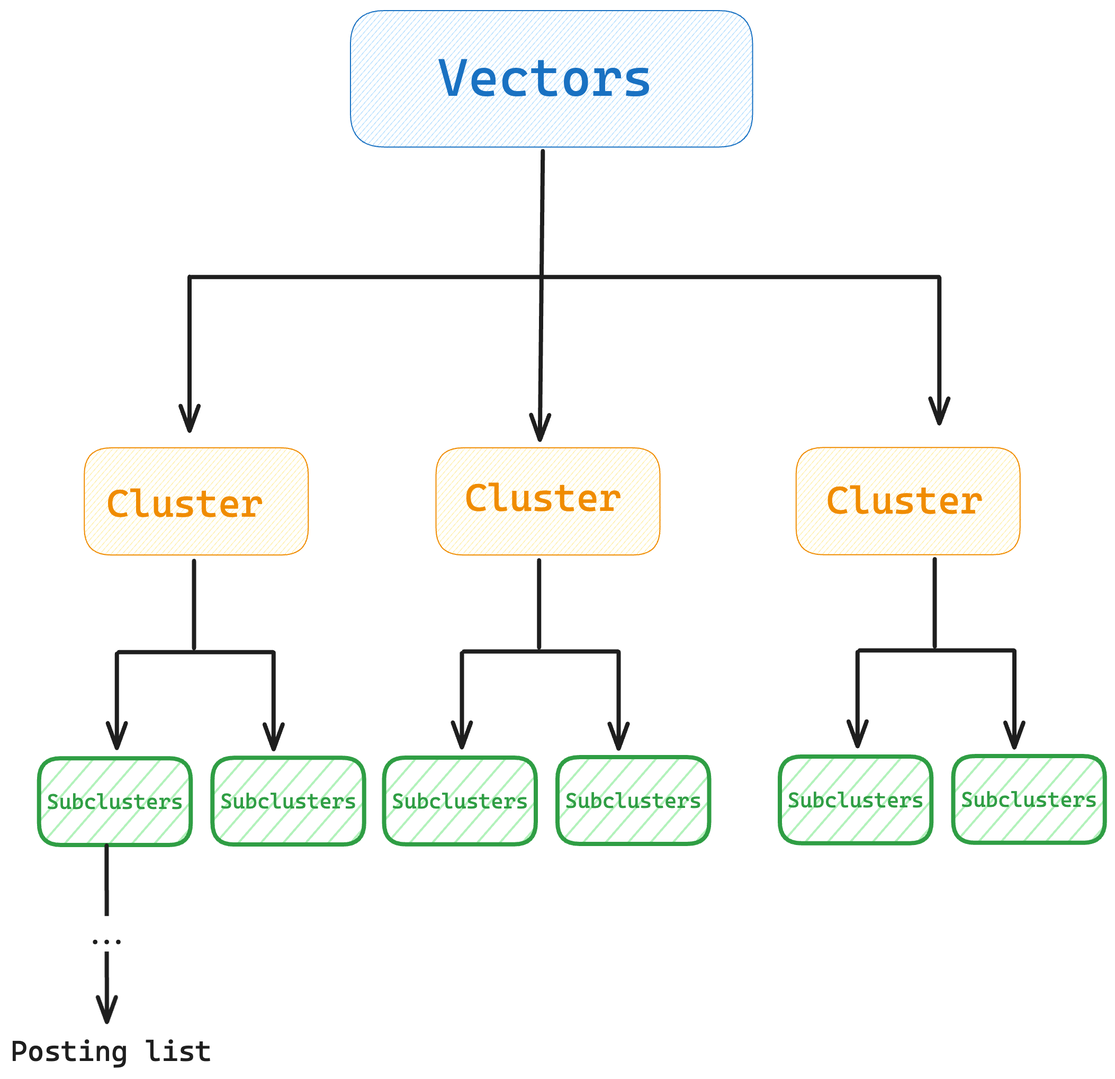
adriacabeza/adriacabeza.github.io keeps this Excalidraw diagram as img/hierarchical.png. Above is the earlier version. Source tidied: one line per element, renumbered; positions are measured from the earlier drawing's top-left corner, leaving out a move shared by most shapes. The source it was exported from:
```json
{"id": 0, "type": "rectangle", "strokeColor": "#1971c2", "backgroundColor": "#a5d8ff", "fillStyle": "hachure", "strokeWidth": 1, "roughness": 0, "round": true, "x": 321, "y": 0, "width": 380, "height": 129}
{"id": 1, "type": "arrow", "strokeColor": "#1e1e1e", "backgroundColor": "#a5d8ff", "fillStyle": "hachure", "strokeWidth": 4, "roughness": 0, "endArrowhead": "arrow", "from": 0, "x": 503, "y": 133, "width": 3, "height": 273, "points": [[0, 0], [-3, 273]]}
{"id": 2, "type": "line", "strokeColor": "#1e1e1e", "backgroundColor": "#a5d8ff", "fillStyle": "hachure", "strokeWidth": 4, "roughness": 0, "round": true, "x": 171, "y": 252, "width": 706, "height": 0, "points": [[0, 0], [706, 0]]}
{"id": 3, "type": "arrow", "strokeColor": "#1e1e1e", "backgroundColor": "#a5d8ff", "fillStyle": "hachure", "strokeWidth": 4, "roughness": 0, "endArrowhead": "arrow", "x": 169, "y": 251, "width": 0, "height": 145, "points": [[0, 0], [0, 145]]}
{"id": 4, "type": "arrow", "strokeColor": "#1e1e1e", "backgroundColor": "#a5d8ff", "fillStyle": "hachure", "strokeWidth": 4, "roughness": 0, "endArrowhead": "arrow", "x": 877, "y": 252, "width": 0, "height": 138, "points": [[0, 0], [0, 138]]}
{"id": 5, "type": "rectangle", "strokeColor": "#f08c00", "backgroundColor": "#ffec99", "fillStyle": "hachure", "strokeWidth": 1, "roughness": 0, "round": true, "x": 402, "y": 413, "width": 211, "height": 101}
{"id": 6, "type": "rectangle", "strokeColor": "#f08c00", "backgroundColor": "#ffec99", "fillStyle": "hachure", "strokeWidth": 1, "roughness": 0, "round": true, "x": 742, "y": 413, "width": 211, "height": 101}
{"id": 7, "type": "rectangle", "strokeColor": "#f08c00", "backgroundColor": "#ffec99", "fillStyle": "hachure", "strokeWidth": 1, "roughness": 0, "round": true, "x": 70, "y": 413, "width": 211, "height": 101}
{"id": 8, "type": "text", "text": "Cluster \n", "strokeColor": "#f08c00", "backgroundColor": "#ffec99", "fillStyle": "hachure", "strokeWidth": 4, "roughness": 0, "fontSize": 36, "fontFamily": 3, "textAlign": "center", "x": 429, "y": 438, "width": 169, "height": 86}
{"id": 9, "type": "text", "text": "Cluster \n", "strokeColor": "#f08c00", "backgroundColor": "#ffec99", "fillStyle": "hachure", "strokeWidth": 4, "roughness": 0, "fontSize": 36, "fontFamily": 3, "textAlign": "center", "x": 91, "y": 444, "width": 169, "height": 86}
{"id": 10, "type": "text", "text": "Cluster \n", "strokeColor": "#f08c00", "backgroundColor": "#ffec99", "fillStyle": "hachure", "strokeWidth": 4, "roughness": 0, "fontSize": 36, "fontFamily": 3, "textAlign": "center", "x": 770, "y": 441, "width": 169, "height": 86}
{"id": 11, "type": "text", "text": "Vectors", "strokeColor": "#1971c2", "strokeWidth": 1, "roughness": 0, "fontSize": 49.62, "fontFamily": 3, "textAlign": "center", "x": 403, "y": 34, "width": 204, "height": 60}
{"id": 12, "type": "line", "strokeColor": "#1e1e1e", "backgroundColor": "#ffec99", "fillStyle": "hachure", "strokeWidth": 4, "roughness": 0, "round": true, "x": 499, "y": 519, "width": 0, "height": 82, "points": [[0, 0], [0, 82]]}
{"id": 13, "type": "line", "strokeColor": "#1e1e1e", "backgroundColor": "#ffec99", "fillStyle": "hachure", "strokeWidth": 4, "roughness": 0, "round": true, "x": 428, "y": 605, "width": 146, "height": 0, "points": [[0, 0], [146, 0]]}
{"id": 14, "type": "arrow", "strokeColor": "#1e1e1e", "backgroundColor": "#ffec99", "fillStyle": "hachure", "strokeWidth": 4, "roughness": 0, "endArrowhead": "arrow", "x": 574, "y": 606, "width": 0, "height": 91, "points": [[0, 0], [0, 91]]}
{"id": 15, "type": "arrow", "strokeColor": "#1e1e1e", "backgroundColor": "#ffec99", "fillStyle": "hachure", "strokeWidth": 4, "roughness": 0, "endArrowhead": "arrow", "x": 426, "y": 607, "width": 0, "height": 89, "points": [[0, 0], [0, 89]]}
{"id": 16, "type": "rectangle", "strokeColor": "#2f9e44", "backgroundColor": "#b2f2bb", "fillStyle": "hachure", "strokeWidth": 4, "roughness": 0, "round": true, "x": 517, "y": 705, "width": 143, "height": 82}
{"id": 17, "type": "text", "text": "Subclusters", "strokeColor": "#2f9e44", "backgroundColor": "#b2f2bb", "fillStyle": "hachure", "strokeWidth": 4, "roughness": 0, "fontSize": 20, "fontFamily": 3, "textAlign": "center", "verticalAlign": "middle", "inside": 16, "x": 524, "y": 734, "width": 129, "height": 24}
{"id": 18, "type": "rectangle", "strokeColor": "#2f9e44", "backgroundColor": "#b2f2bb", "fillStyle": "hachure", "strokeWidth": 4, "roughness": 0, "round": true, "x": 353, "y": 705, "width": 143, "height": 82}
{"id": 19, "type": "text", "text": "Subclusters", "strokeColor": "#2f9e44", "backgroundColor": "#b2f2bb", "fillStyle": "hachure", "strokeWidth": 4, "roughness": 0, "fontSize": 20, "fontFamily": 3, "textAlign": "center", "verticalAlign": "middle", "inside": 18, "x": 360, "y": 734, "width": 129, "height": 24}
{"id": 20, "type": "line", "strokeColor": "#1e1e1e", "backgroundColor": "#ffec99", "fillStyle": "hachure", "strokeWidth": 4, "roughness": 0, "round": true, "x": 873, "y": 518, "width": 0, "height": 82, "points": [[0, 0], [0, 82]]}
{"id": 21, "type": "line", "strokeColor": "#1e1e1e", "backgroundColor": "#ffec99", "fillStyle": "hachure", "strokeWidth": 4, "roughness": 0, "round": true, "x": 802, "y": 604, "width": 146, "height": 0, "points": [[0, 0], [146, 0]]}
{"id": 22, "type": "arrow", "strokeColor": "#1e1e1e", "backgroundColor": "#ffec99", "fillStyle": "hachure", "strokeWidth": 4, "roughness": 0, "endArrowhead": "arrow", "x": 948, "y": 605, "width": 0, "height": 91, "points": [[0, 0], [0, 91]]}
{"id": 23, "type": "arrow", "strokeColor": "#1e1e1e", "backgroundColor": "#ffec99", "fillStyle": "hachure", "strokeWidth": 4, "roughness": 0, "endArrowhead": "arrow", "x": 800, "y": 606, "width": 0, "height": 89, "points": [[0, 0], [0, 89]]}
{"id": 24, "type": "rectangle", "strokeColor": "#2f9e44", "backgroundColor": "#b2f2bb", "fillStyle": "hachure", "strokeWidth": 4, "roughness": 0, "round": true, "x": 890, "y": 704, "width": 143, "height": 82}
{"id": 25, "type": "text", "text": "Subclusters", "strokeColor": "#2f9e44", "backgroundColor": "#b2f2bb", "fillStyle": "hachure", "strokeWidth": 4, "roughness": 0, "fontSize": 20, "fontFamily": 3, "textAlign": "center", "verticalAlign": "middle", "inside": 24, "x": 897, "y": 733, "width": 129, "height": 24}
{"id": 26, "type": "rectangle", "strokeColor": "#2f9e44", "backgroundColor": "#b2f2bb", "fillStyle": "hachure", "strokeWidth": 4, "roughness": 0, "round": true, "x": 726, "y": 704, "width": 143, "height": 82}
{"id": 27, "type": "text", "text": "Subclusters", "strokeColor": "#2f9e44", "backgroundColor": "#b2f2bb", "fillStyle": "hachure", "strokeWidth": 4, "roughness": 0, "fontSize": 20, "fontFamily": 3, "textAlign": "center", "verticalAlign": "middle", "inside": 26, "x": 734, "y": 733, "width": 129, "height": 24}
{"id": 28, "type": "line", "strokeColor": "#1e1e1e", "backgroundColor": "#ffec99", "fillStyle": "hachure", "strokeWidth": 4, "roughness": 0, "round": true, "x": 173, "y": 520, "width": 0, "height": 82, "points": [[0, 0], [0, 82]]}
{"id": 29, "type": "line", "strokeColor": "#1e1e1e", "backgroundColor": "#ffec99", "fillStyle": "hachure", "strokeWidth": 4, "roughness": 0, "round": true, "x": 102, "y": 606, "width": 146, "height": 0, "points": [[0, 0], [146, 0]]}
{"id": 30, "type": "arrow", "strokeColor": "#1e1e1e", "backgroundColor": "#ffec99", "fillStyle": "hachure", "strokeWidth": 4, "roughness": 0, "endArrowhead": "arrow", "x": 248, "y": 606, "width": 0, "height": 91, "points": [[0, 0], [0, 91]]}
{"id": 31, "type": "arrow", "strokeColor": "#1e1e1e", "backgroundColor": "#ffec99", "fillStyle": "hachure", "strokeWidth": 4, "roughness": 0, "endArrowhead": "arrow", "x": 100, "y": 607, "width": 0, "height": 89, "points": [[0, 0], [0, 89]]}
{"id": 32, "type": "rectangle", "strokeColor": "#2f9e44", "backgroundColor": "#b2f2bb", "fillStyle": "hachure", "strokeWidth": 4, "roughness": 0, "round": true, "x": 191, "y": 706, "width": 143, "height": 82}
{"id": 33, "type": "text", "text": "Subclusters", "strokeColor": "#2f9e44", "backgroundColor": "#b2f2bb", "fillStyle": "hachure", "strokeWidth": 4, "roughness": 0, "fontSize": 20, "fontFamily": 3, "textAlign": "center", "verticalAlign": "middle", "inside": 32, "x": 198, "y": 735, "width": 129, "height": 24}
{"id": 34, "type": "rectangle", "strokeColor": "#2f9e44", "backgroundColor": "#b2f2bb", "fillStyle": "hachure", "strokeWidth": 4, "roughness": 0, "round": true, "x": 27, "y": 706, "width": 143, "height": 82}
{"id": 35, "type": "text", "text": "Subclusters", "strokeColor": "#2f9e44", "backgroundColor": "#b2f2bb", "fillStyle": "hachure", "strokeWidth": 4, "roughness": 0, "fontSize": 20, "fontFamily": 3, "textAlign": "center", "verticalAlign": "middle", "inside": 34, "x": 34, "y": 735, "width": 129, "height": 24}
{"id": 36, "type": "arrow", "strokeColor": "#1e1e1e", "backgroundColor": "#b2f2bb", "fillStyle": "hachure", "strokeWidth": 4, "roughness": 0, "endArrowhead": "arrow", "from": 34, "to": 38, "x": 91, "y": 789, "width": 0, "height": 167, "points": [[0, 0], [0, 167]]}
{"id": 37, "type": "text", "text": "...", "strokeColor": "#1e1e1e", "backgroundColor": "#b2f2bb", "fillStyle": "hachure", "strokeWidth": 4, "roughness": 0, "fontSize": 28, "fontFamily": 3, "textAlign": "center", "verticalAlign": "middle", "inside": 36, "x": 66, "y": 838, "width": 49, "height": 34}
{"id": 38, "type": "text", "text": "Posting list", "strokeColor": "#1e1e1e", "backgroundColor": "#b2f2bb", "fillStyle": "hachure", "strokeWidth": 4, "roughness": 0, "fontSize": 27.05, "fontFamily": 3, "textAlign": "center", "x": 0, "y": 967, "width": 190, "height": 32}
```
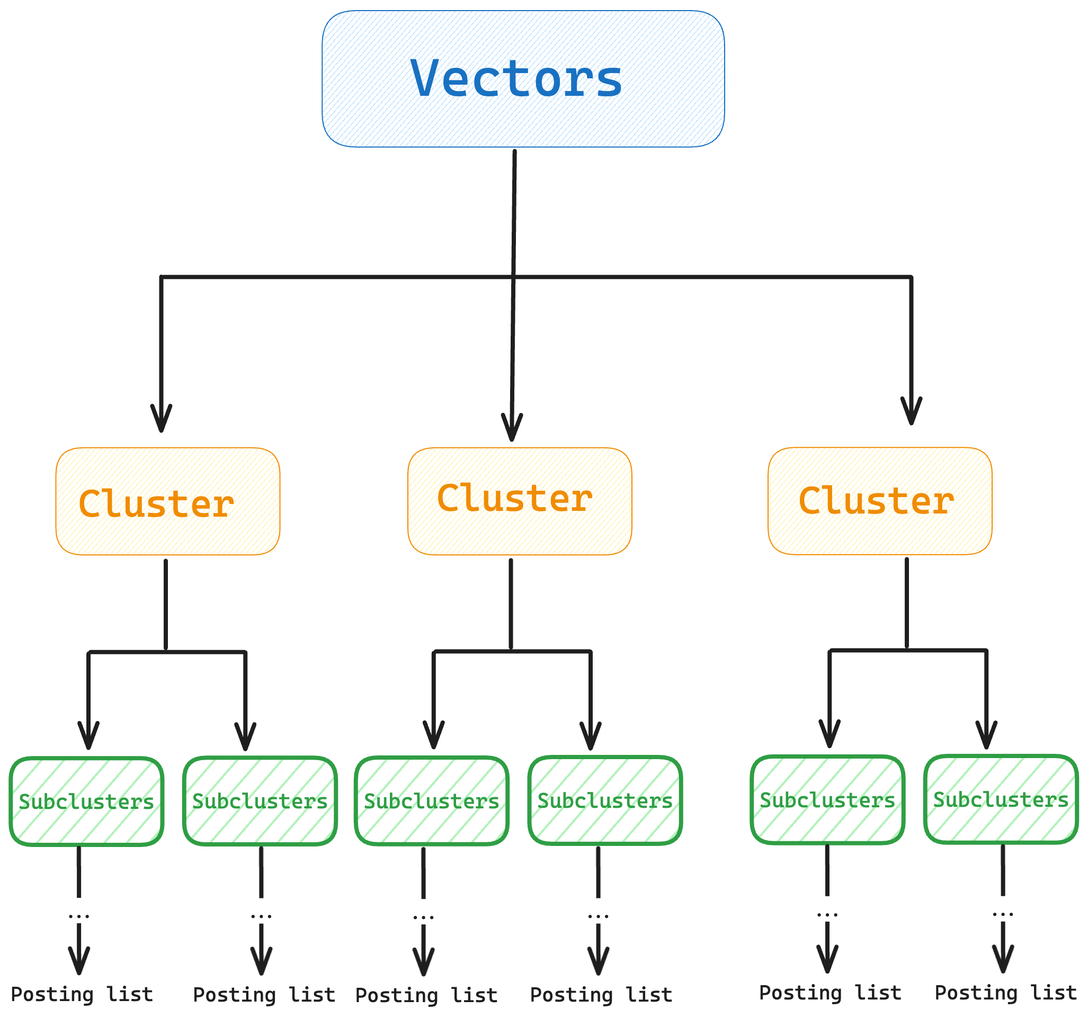
The same diagram one commit later.

Commit message:
Spann post

Diff of the diagram source:
```diff
@@ -34,6 +34,21 @@
 {"id": 33, "type": "text", "text": "Subclusters", "strokeColor": "#2f9e44", "backgroundColor": "#b2f2bb", "fillStyle": "hachure", "strokeWidth": 4, "roughness": 0, "fontSize": 20, "fontFamily": 3, "textAlign": "center", "verticalAlign": "middle", "inside": 32, "x": 198, "y": 735, "width": 129, "height": 24}
 {"id": 34, "type": "rectangle", "strokeColor": "#2f9e44", "backgroundColor": "#b2f2bb", "fillStyle": "hachure", "strokeWidth": 4, "roughness": 0, "round": true, "x": 27, "y": 706, "width": 143, "height": 82}
 {"id": 35, "type": "text", "text": "Subclusters", "strokeColor": "#2f9e44", "backgroundColor": "#b2f2bb", "fillStyle": "hachure", "strokeWidth": 4, "roughness": 0, "fontSize": 20, "fontFamily": 3, "textAlign": "center", "verticalAlign": "middle", "inside": 34, "x": 34, "y": 735, "width": 129, "height": 24}
-{"id": 36, "type": "arrow", "strokeColor": "#1e1e1e", "backgroundColor": "#b2f2bb", "fillStyle": "hachure", "strokeWidth": 4, "roughness": 0, "endArrowhead": "arrow", "from": 34, "to": 38, "x": 91, "y": 789, "width": 0, "height": 167, "points": [[0, 0], [0, 167]]}
+{"id": 36, "type": "arrow", "strokeColor": "#1e1e1e", "backgroundColor": "#b2f2bb", "fillStyle": "hachure", "strokeWidth": 4, "roughness": 0, "endArrowhead": "arrow", "from": 34, "to": 38, "x": 91, "y": 791, "width": 0, "height": 118, "points": [[0, 0], [0, 118]]}
-{"id": 37, "type": "text", "text": "...", "strokeColor": "#1e1e1e", "backgroundColor": "#b2f2bb", "fillStyle": "hachure", "strokeWidth": 4, "roughness": 0, "fontSize": 28, "fontFamily": 3, "textAlign": "center", "verticalAlign": "middle", "inside": 36, "x": 66, "y": 838, "width": 49, "height": 34}
+{"id": 37, "type": "text", "text": "...", "strokeColor": "#1e1e1e", "backgroundColor": "#b2f2bb", "fillStyle": "hachure", "strokeWidth": 4, "roughness": 0, "fontSize": 19.9, "fontFamily": 3, "textAlign": "center", "verticalAlign": "middle", "inside": 36, "x": 66, "y": 838, "width": 35, "height": 24}
-{"id": 38, "type": "text", "text": "Posting list", "strokeColor": "#1e1e1e", "backgroundColor": "#b2f2bb", "fillStyle": "hachure", "strokeWidth": 4, "roughness": 0, "fontSize": 27.05, "fontFamily": 3, "textAlign": "center", "x": 0, "y": 967, "width": 190, "height": 32}
+{"id": 38, "type": "text", "text": "Posting list", "strokeColor": "#1e1e1e", "backgroundColor": "#b2f2bb", "fillStyle": "hachure", "strokeWidth": 4, "roughness": 0, "fontSize": 19.23, "fontFamily": 3, "textAlign": "center", "x": 27, "y": 917, "width": 135, "height": 23}
+{"id": 39, "type": "arrow", "strokeColor": "#1e1e1e", "backgroundColor": "#b2f2bb", "fillStyle": "hachure", "strokeWidth": 4, "roughness": 0, "endArrowhead": "arrow", "to": 41, "x": 263, "y": 791, "width": 0, "height": 118, "points": [[0, 0], [0, 118]]}
+{"id": 40, "type": "text", "text": "...", "strokeColor": "#1e1e1e", "backgroundColor": "#b2f2bb", "fillStyle": "hachure", "strokeWidth": 4, "roughness": 0, "fontSize": 19.9, "fontFamily": 3, "textAlign": "center", "verticalAlign": "middle", "inside": 39, "x": 206, "y": 816, "width": 35, "height": 24}
+{"id": 41, "type": "text", "text": "Posting list", "strokeColor": "#1e1e1e", "backgroundColor": "#b2f2bb", "fillStyle": "hachure", "strokeWidth": 4, "roughness": 0, "fontSize": 19.23, "fontFamily": 3, "textAlign": "center", "x": 199, "y": 918, "width": 135, "height": 23}
+{"id": 42, "type": "arrow", "strokeColor": "#1e1e1e", "backgroundColor": "#b2f2bb", "fillStyle": "hachure", "strokeWidth": 4, "roughness": 0, "endArrowhead": "arrow", "to": 44, "x": 417, "y": 792, "width": 0, "height": 118, "points": [[0, 0], [0, 118]]}
+{"id": 43, "type": "text", "text": "...", "strokeColor": "#1e1e1e", "backgroundColor": "#b2f2bb", "fillStyle": "hachure", "strokeWidth": 4, "roughness": 0, "fontSize": 19.9, "fontFamily": 3, "textAlign": "center", "verticalAlign": "middle", "inside": 42, "x": 510, "y": 906, "width": 35, "height": 24}
+{"id": 44, "type": "text", "text": "Posting list", "strokeColor": "#1e1e1e", "backgroundColor": "#b2f2bb", "fillStyle": "hachure", "strokeWidth": 4, "roughness": 0, "fontSize": 19.23, "fontFamily": 3, "textAlign": "center", "x": 352, "y": 918, "width": 135, "height": 23}
+{"id": 45, "type": "arrow", "strokeColor": "#1e1e1e", "backgroundColor": "#b2f2bb", "fillStyle": "hachure", "strokeWidth": 4, "roughness": 0, "endArrowhead": "arrow", "to": 47, "x": 582, "y": 791, "width": 0, "height": 118, "points": [[0, 0], [0, 118]]}
+{"id": 46, "type": "text", "text": "...", "strokeColor": "#1e1e1e", "backgroundColor": "#b2f2bb", "fillStyle": "hachure", "strokeWidth": 4, "roughness": 0, "fontSize": 19.9, "fontFamily": 3, "textAlign": "center", "verticalAlign": "middle", "inside": 45, "x": 648, "y": 894, "width": 35, "height": 24}
+{"id": 47, "type": "text", "text": "Posting list", "strokeColor": "#1e1e1e", "backgroundColor": "#b2f2bb", "fillStyle": "hachure", "strokeWidth": 4, "roughness": 0, "fontSize": 19.23, "fontFamily": 3, "textAlign": "center", "x": 517, "y": 918, "width": 135, "height": 23}
+{"id": 48, "type": "arrow", "strokeColor": "#1e1e1e", "backgroundColor": "#b2f2bb", "fillStyle": "hachure", "strokeWidth": 4, "roughness": 0, "endArrowhead": "arrow", "to": 50, "x": 798, "y": 789, "width": 0, "height": 118, "points": [[0, 0], [0, 118]]}
+{"id": 49, "type": "text", "text": "...", "strokeColor": "#1e1e1e", "backgroundColor": "#b2f2bb", "fillStyle": "hachure", "strokeWidth": 4, "roughness": 0, "fontSize": 19.9, "fontFamily": 3, "textAlign": "center", "verticalAlign": "middle", "inside": 48, "x": 857, "y": 883, "width": 35, "height": 24}
+{"id": 50, "type": "text", "text": "Posting list", "strokeColor": "#1e1e1e", "backgroundColor": "#b2f2bb", "fillStyle": "hachure", "strokeWidth": 4, "roughness": 0, "fontSize": 19.23, "fontFamily": 3, "textAlign": "center", "x": 733, "y": 916, "width": 135, "height": 23}
+{"id": 51, "type": "arrow", "strokeColor": "#1e1e1e", "backgroundColor": "#b2f2bb", "fillStyle": "hachure", "strokeWidth": 4, "roughness": 0, "endArrowhead": "arrow", "to": 53, "x": 964, "y": 789, "width": 0, "height": 118, "points": [[0, 0], [0, 118]]}
+{"id": 52, "type": "text", "text": "...", "strokeColor": "#1e1e1e", "backgroundColor": "#b2f2bb", "fillStyle": "hachure", "strokeWidth": 4, "roughness": 0, "fontSize": 19.9, "fontFamily": 3, "textAlign": "center", "verticalAlign": "middle", "inside": 51, "x": 1018, "y": 897, "width": 35, "height": 24}
+{"id": 53, "type": "text", "text": "Posting list", "strokeColor": "#1e1e1e", "backgroundColor": "#b2f2bb", "fillStyle": "hachure", "strokeWidth": 4, "roughness": 0, "fontSize": 19.23, "fontFamily": 3, "textAlign": "center", "x": 899, "y": 916, "width": 135, "height": 23}
```
